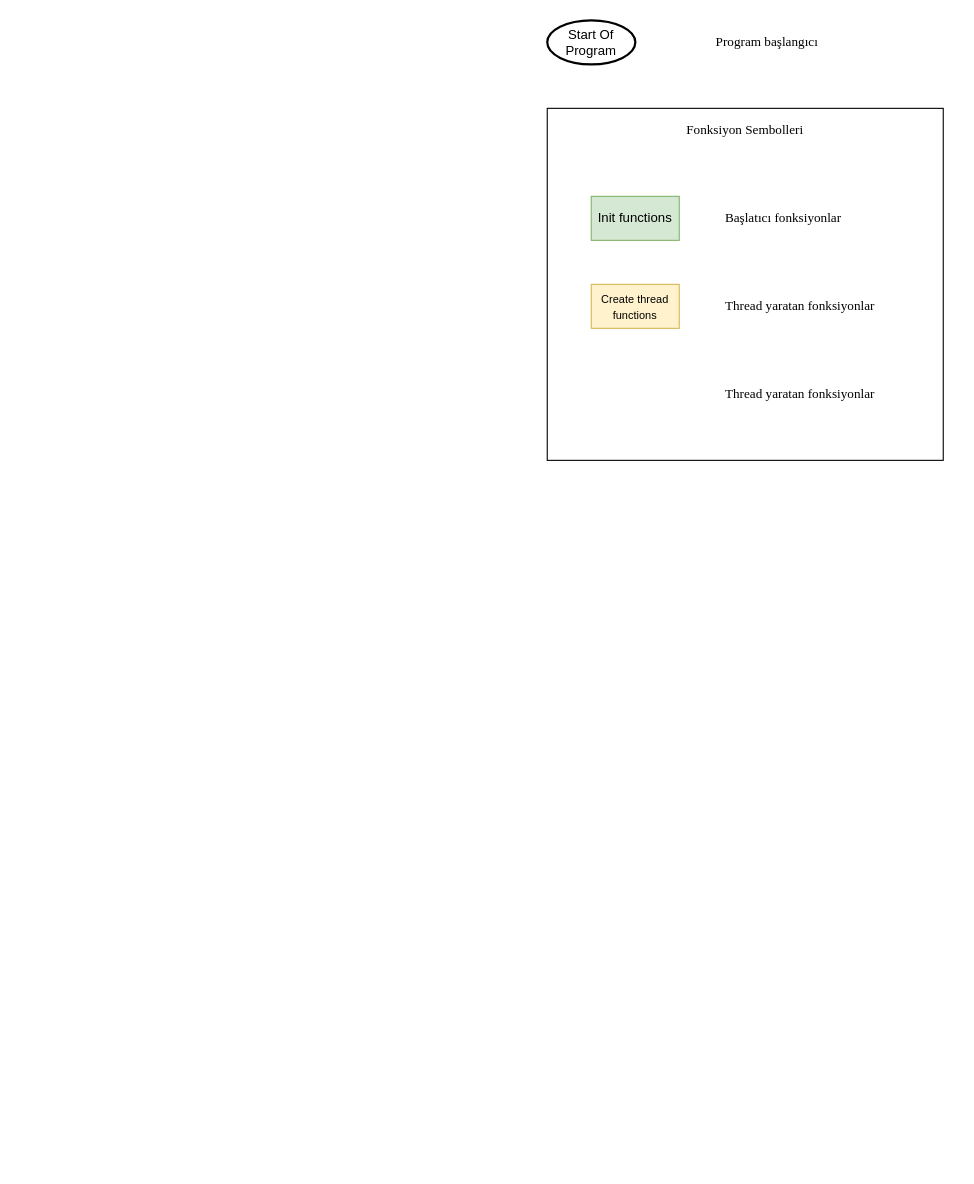
Mona-Roza/car_tracking keeps this draw.io diagram as flow_chart_symbols.drawio. Above is the earlier version. Source tidied: cells renumbered, new cells numbered last; positions are measured from the earlier drawing's top-left corner, leaving out a move shared by most shapes. Both pictures are drawn from the tidied source at 110%, with x=0, y=0 at pixel (547, 20).
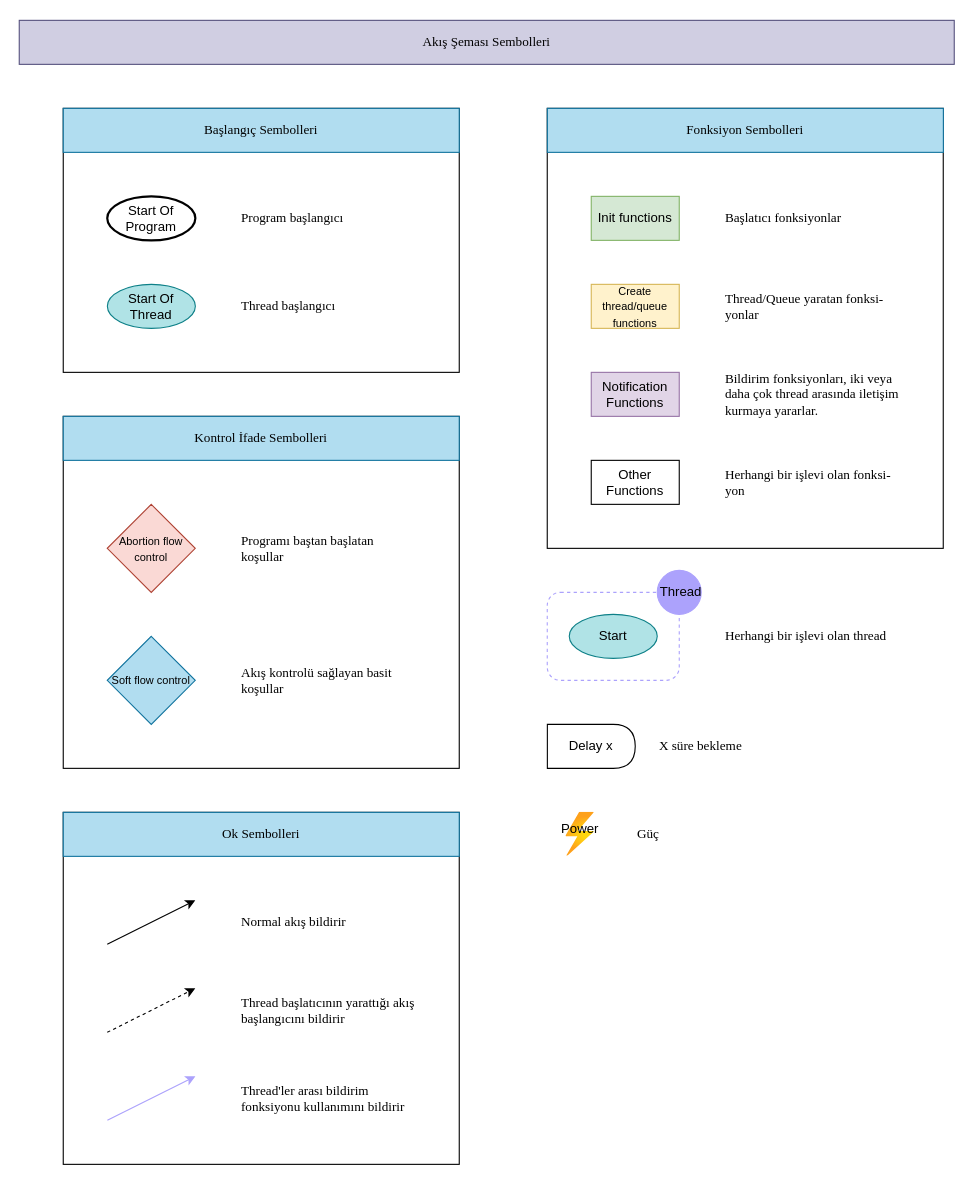
The same page after the edit.

What changed in the source:
```diff
@@
+    <mxCell id="11" style="rounded=0;whiteSpace=wrap;html=1;fillColor=none;" parent="1" vertex="1">
+      <mxGeometry x="-440" y="720" width="360" height="320" as="geometry" />
+    </mxCell>
+    <mxCell id="12" style="rounded=0;whiteSpace=wrap;html=1;fillColor=none;" parent="1" vertex="1">
+      <mxGeometry x="-440" y="80" width="360" height="240" as="geometry" />
+    </mxCell>
     <mxCell id="2" style="rounded=0;whiteSpace=wrap;html=1;fillColor=none;" parent="1" vertex="1">
-      <mxGeometry y="80" width="360" height="320" as="geometry" />
+      <mxGeometry y="80" width="360" height="400" as="geometry" />
     </mxCell>
     <mxCell id="3" value="Start Of Program" style="strokeWidth=2;html=1;shape=mxgraph.flowchart.start_1;whiteSpace=wrap;" parent="1" vertex="1">
-      <mxGeometry width="80.1" height="40" as="geometry" />
+      <mxGeometry x="-400" y="160" width="80.1" height="40" as="geometry" />
     </mxCell>
-    <mxCell id="4" value="&lt;font face=&quot;Times New Roman&quot;&gt;Program başlangıcı&lt;/font&gt;" style="text;html=1;strokeColor=none;fillColor=none;align=center;verticalAlign=middle;whiteSpace=wrap;rounded=0;" parent="1" vertex="1">
-      <mxGeometry x="120" width="160" height="40" as="geometry" />
+    <mxCell id="4" value="&lt;font face=&quot;Times New Roman&quot;&gt;Program başlangıcı&lt;/font&gt;" style="text;html=1;strokeColor=none;fillColor=none;align=left;verticalAlign=middle;whiteSpace=wrap;rounded=0;" parent="1" vertex="1">
+      <mxGeometry x="-280" y="160" width="160" height="40" as="geometry" />
     </mxCell>
@@
-    <mxCell id="6" value="&lt;font face=&quot;Times New Roman&quot;&gt;Fonksiyon Sembolleri&lt;/font&gt;" style="text;html=1;strokeColor=none;fillColor=none;align=center;verticalAlign=middle;whiteSpace=wrap;rounded=0;" parent="1" vertex="1">
-      <mxGeometry y="80" width="360" height="40" as="geometry" />
+    <mxCell id="6" value="&lt;font face=&quot;Times New Roman&quot;&gt;Akış Şeması Sembolleri&lt;/font&gt;" style="text;html=1;strokeColor=#56517e;fillColor=#d0cee2;align=center;verticalAlign=middle;whiteSpace=wrap;rounded=0;" parent="1" vertex="1">
+      <mxGeometry x="-480" width="850" height="40" as="geometry" />
     </mxCell>
@@
-    <mxCell id="8" value="&lt;font style=&quot;font-size: 10px;&quot;&gt;Create thread functions&lt;/font&gt;" style="rounded=0;whiteSpace=wrap;html=1;fillColor=#fff2cc;strokeColor=#d6b656;" parent="1" vertex="1">
+    <mxCell id="8" value="&lt;font style=&quot;font-size: 10px;&quot;&gt;Create thread/queue functions&lt;/font&gt;" style="rounded=0;whiteSpace=wrap;html=1;fillColor=#fff2cc;strokeColor=#d6b656;" parent="1" vertex="1">
       <mxGeometry x="40" y="240" width="80" height="40" as="geometry" />
     </mxCell>
-    <mxCell id="9" value="&lt;font face=&quot;Times New Roman&quot;&gt;Thread yaratan fonksiyonlar&lt;/font&gt;" style="text;html=1;strokeColor=none;fillColor=none;align=left;verticalAlign=middle;whiteSpace=wrap;rounded=0;" parent="1" vertex="1">
+    <mxCell id="9" value="&lt;font face=&quot;Times New Roman&quot;&gt;Thread/Queue yaratan fonksi-yonlar&lt;/font&gt;" style="text;html=1;strokeColor=none;fillColor=none;align=left;verticalAlign=middle;whiteSpace=wrap;rounded=0;" parent="1" vertex="1">
       <mxGeometry x="160" y="240" width="160" height="40" as="geometry" />
     </mxCell>
-    <mxCell id="10" value="&lt;font face=&quot;Times New Roman&quot;&gt;Thread yaratan fonksiyonlar&lt;/font&gt;" style="text;html=1;strokeColor=none;fillColor=none;align=left;verticalAlign=middle;whiteSpace=wrap;rounded=0;" parent="1" vertex="1">
-      <mxGeometry x="160" y="320" width="160" height="40" as="geometry" />
+    <mxCell id="10" value="&lt;font face=&quot;Times New Roman&quot;&gt;Herhangi bir işlevi olan fonksi-yon&lt;/font&gt;" style="text;html=1;strokeColor=none;fillColor=none;align=left;verticalAlign=middle;whiteSpace=wrap;rounded=0;" parent="1" vertex="1">
+      <mxGeometry x="160" y="400" width="160" height="40" as="geometry" />
     </mxCell>
+    <mxCell id="13" value="Other Functions" style="rounded=0;whiteSpace=wrap;html=1;" parent="1" vertex="1">
+      <mxGeometry x="40" y="400" width="80" height="40" as="geometry" />
+    </mxCell>
+    <mxCell id="14" value="Notification Functions" style="rounded=0;whiteSpace=wrap;html=1;fillColor=#e1d5e7;strokeColor=#9673a6;" parent="1" vertex="1">
+      <mxGeometry x="40" y="320" width="80" height="40" as="geometry" />
+    </mxCell>
+    <mxCell id="15" value="&lt;font face=&quot;Times New Roman&quot;&gt;Bildirim fonksiyonları, iki veya daha çok thread arasında iletişim kurmaya yararlar.&lt;/font&gt;" style="text;html=1;strokeColor=none;fillColor=none;align=left;verticalAlign=middle;whiteSpace=wrap;rounded=0;" parent="1" vertex="1">
+      <mxGeometry x="160" y="320" width="160" height="40" as="geometry" />
+    </mxCell>
+    <mxCell id="16" value="Start Of Thread" style="ellipse;whiteSpace=wrap;html=1;fillColor=#b0e3e6;strokeColor=#0e8088;" parent="1" vertex="1">
+      <mxGeometry x="-399.9" y="240" width="80" height="40" as="geometry" />
+    </mxCell>
+    <mxCell id="17" value="&lt;font face=&quot;Times New Roman&quot;&gt;Thread başlangıcı&lt;/font&gt;" style="text;html=1;strokeColor=none;fillColor=none;align=left;verticalAlign=middle;whiteSpace=wrap;rounded=0;" parent="1" vertex="1">
+      <mxGeometry x="-280" y="240" width="160" height="40" as="geometry" />
+    </mxCell>
+    <mxCell id="18" value="&lt;font face=&quot;Times New Roman&quot;&gt;Fonksiyon Sembolleri&lt;/font&gt;" style="text;html=1;strokeColor=#10739e;fillColor=#b1ddf0;align=center;verticalAlign=middle;whiteSpace=wrap;rounded=0;" parent="1" vertex="1">
+      <mxGeometry x="0.1" y="80" width="360" height="40" as="geometry" />
+    </mxCell>
+    <mxCell id="19" style="rounded=0;whiteSpace=wrap;html=1;fillColor=none;" parent="1" vertex="1">
+      <mxGeometry x="-440" y="360" width="360" height="320" as="geometry" />
+    </mxCell>
+    <mxCell id="20" value="&lt;font face=&quot;Times New Roman&quot;&gt;Kontrol İfade Sembolleri&lt;/font&gt;" style="text;html=1;fillColor=#b1ddf0;align=center;verticalAlign=middle;whiteSpace=wrap;rounded=0;strokeColor=#10739e;" parent="1" vertex="1">
+      <mxGeometry x="-440" y="360" width="360" height="40" as="geometry" />
+    </mxCell>
+    <mxCell id="21" value="&lt;span style=&quot;font-size: 10px;&quot;&gt;Abortion flow control&lt;/span&gt;" style="rhombus;whiteSpace=wrap;html=1;fillColor=#fad9d5;strokeColor=#ae4132;" parent="1" vertex="1">
+      <mxGeometry x="-400" y="440" width="80" height="80" as="geometry" />
+    </mxCell>
+    <mxCell id="22" value="&lt;span style=&quot;font-size: 10px;&quot;&gt;Soft flow control&lt;/span&gt;" style="rhombus;whiteSpace=wrap;html=1;fillColor=#b1ddf0;strokeColor=#10739e;" parent="1" vertex="1">
+      <mxGeometry x="-400" y="560" width="80" height="80" as="geometry" />
+    </mxCell>
+    <mxCell id="23" value="&lt;font face=&quot;Times New Roman&quot;&gt;Programı baştan başlatan koşullar&amp;nbsp;&lt;/font&gt;" style="text;html=1;strokeColor=none;fillColor=none;align=left;verticalAlign=middle;whiteSpace=wrap;rounded=0;" parent="1" vertex="1">
+      <mxGeometry x="-280" y="440" width="160" height="80" as="geometry" />
+    </mxCell>
+    <mxCell id="24" value="&lt;font face=&quot;Times New Roman&quot;&gt;Akış kontrolü sağlayan basit koşullar&lt;/font&gt;" style="text;html=1;strokeColor=none;fillColor=none;align=left;verticalAlign=middle;whiteSpace=wrap;rounded=0;" parent="1" vertex="1">
+      <mxGeometry x="-280" y="560" width="160" height="80" as="geometry" />
+    </mxCell>
+    <mxCell id="25" value="&lt;font face=&quot;Times New Roman&quot;&gt;Başlangıç Sembolleri&lt;/font&gt;" style="text;html=1;strokeColor=#10739e;fillColor=#b1ddf0;align=center;verticalAlign=middle;whiteSpace=wrap;rounded=0;" parent="1" vertex="1">
+      <mxGeometry x="-440" y="80" width="360" height="40" as="geometry" />
+    </mxCell>
+    <mxCell id="26" style="rounded=1;whiteSpace=wrap;html=1;dashed=1;fillColor=none;strokeColor=#ACA2FC;" parent="1" vertex="1">
+      <mxGeometry y="520" width="120" height="80" as="geometry" />
+    </mxCell>
+    <mxCell id="27" value="&amp;nbsp;Thread" style="ellipse;whiteSpace=wrap;html=1;fillColor=#ACA2FC;strokeColor=#ACA2FC;" parent="1" vertex="1">
+      <mxGeometry x="100" y="500" width="40" height="40" as="geometry" />
+    </mxCell>
+    <mxCell id="28" value="Start" style="ellipse;whiteSpace=wrap;html=1;fillColor=#b0e3e6;strokeColor=#0e8088;" parent="1" vertex="1">
+      <mxGeometry x="20" y="540" width="80" height="40" as="geometry" />
+    </mxCell>
+    <mxCell id="29" value="&lt;font face=&quot;Times New Roman&quot;&gt;Herhangi bir işlevi olan thread&lt;/font&gt;" style="text;html=1;strokeColor=none;fillColor=none;align=left;verticalAlign=middle;whiteSpace=wrap;rounded=0;" parent="1" vertex="1">
+      <mxGeometry x="160" y="540" width="160" height="40" as="geometry" />
+    </mxCell>
+    <mxCell id="30" value="Delay x" style="shape=delay;whiteSpace=wrap;html=1;" parent="1" vertex="1">
+      <mxGeometry x="0.1" y="640" width="79.9" height="40" as="geometry" />
+    </mxCell>
+    <mxCell id="31" value="&lt;font face=&quot;Times New Roman&quot;&gt;X süre bekleme&amp;nbsp;&lt;/font&gt;" style="text;html=1;strokeColor=none;fillColor=none;align=left;verticalAlign=middle;whiteSpace=wrap;rounded=0;" parent="1" vertex="1">
+      <mxGeometry x="100" y="640" width="90" height="40" as="geometry" />
+    </mxCell>
+    <mxCell id="32" style="image;html=1;align=center;fontSize=12;image=img/lib/azure2/general/Power.svg;" parent="1" vertex="1">
+      <mxGeometry x="17" y="720" width="25.9" height="40" as="geometry" />
+    </mxCell>
+    <mxCell id="33" value="Power" style="text;html=1;strokeColor=none;fillColor=none;align=center;verticalAlign=middle;whiteSpace=wrap;rounded=0;" parent="1" vertex="1">
+      <mxGeometry y="720" width="60" height="30" as="geometry" />
+    </mxCell>
+    <mxCell id="34" value="&lt;font face=&quot;Times New Roman&quot;&gt;Güç&lt;/font&gt;" style="text;html=1;strokeColor=none;fillColor=none;align=left;verticalAlign=middle;whiteSpace=wrap;rounded=0;" parent="1" vertex="1">
+      <mxGeometry x="80" y="720" width="40" height="40" as="geometry" />
+    </mxCell>
+    <mxCell id="35" value="&lt;font face=&quot;Times New Roman&quot;&gt;Ok Sembolleri&lt;/font&gt;" style="text;html=1;strokeColor=#10739e;fillColor=#b1ddf0;align=center;verticalAlign=middle;whiteSpace=wrap;rounded=0;" parent="1" vertex="1">
+      <mxGeometry x="-440" y="720" width="360" height="40" as="geometry" />
+    </mxCell>
+    <mxCell id="36" style="endArrow=classic;html=1;rounded=0;entryX=0.333;entryY=0.333;entryDx=0;entryDy=0;entryPerimeter=0;dashed=1;" parent="1" edge="1">
+      <mxGeometry relative="1" as="geometry">
+        <mxPoint x="-400" y="920" as="sourcePoint" />
+        <mxPoint x="-320" y="880" as="targetPoint" />
+      </mxGeometry>
+    </mxCell>
+    <mxCell id="37" style="endArrow=classic;html=1;rounded=0;entryX=0.333;entryY=0.333;entryDx=0;entryDy=0;entryPerimeter=0;" parent="1" edge="1">
+      <mxGeometry relative="1" as="geometry">
+        <mxPoint x="-400" y="840" as="sourcePoint" />
+        <mxPoint x="-320" y="800" as="targetPoint" />
+      </mxGeometry>
+    </mxCell>
+    <mxCell id="38" style="endArrow=classic;html=1;rounded=0;entryX=0.333;entryY=0.333;entryDx=0;entryDy=0;entryPerimeter=0;strokeColor=#ACA2FC;" parent="1" edge="1">
+      <mxGeometry relative="1" as="geometry">
+        <mxPoint x="-399.9" y="1000" as="sourcePoint" />
+        <mxPoint x="-319.9" y="960" as="targetPoint" />
+      </mxGeometry>
+    </mxCell>
+    <mxCell id="39" value="&lt;font face=&quot;Times New Roman&quot;&gt;Normal akış bildirir&lt;/font&gt;" style="text;html=1;strokeColor=none;fillColor=none;align=left;verticalAlign=middle;whiteSpace=wrap;rounded=0;" parent="1" vertex="1">
+      <mxGeometry x="-280" y="800" width="160" height="40" as="geometry" />
+    </mxCell>
+    <mxCell id="40" value="&lt;font face=&quot;Times New Roman&quot;&gt;Thread başlatıcının yarattığı akış başlangıcını bildirir&lt;/font&gt;" style="text;html=1;strokeColor=none;fillColor=none;align=left;verticalAlign=middle;whiteSpace=wrap;rounded=0;" parent="1" vertex="1">
+      <mxGeometry x="-280" y="880" width="160" height="40" as="geometry" />
+    </mxCell>
+    <mxCell id="41" value="&lt;font face=&quot;Times New Roman&quot;&gt;Thread'ler arası bildirim fonksiyonu kullanımını bildirir&lt;/font&gt;" style="text;html=1;strokeColor=none;fillColor=none;align=left;verticalAlign=middle;whiteSpace=wrap;rounded=0;" parent="1" vertex="1">
+      <mxGeometry x="-280" y="960" width="160" height="40" as="geometry" />
+    </mxCell>
```
